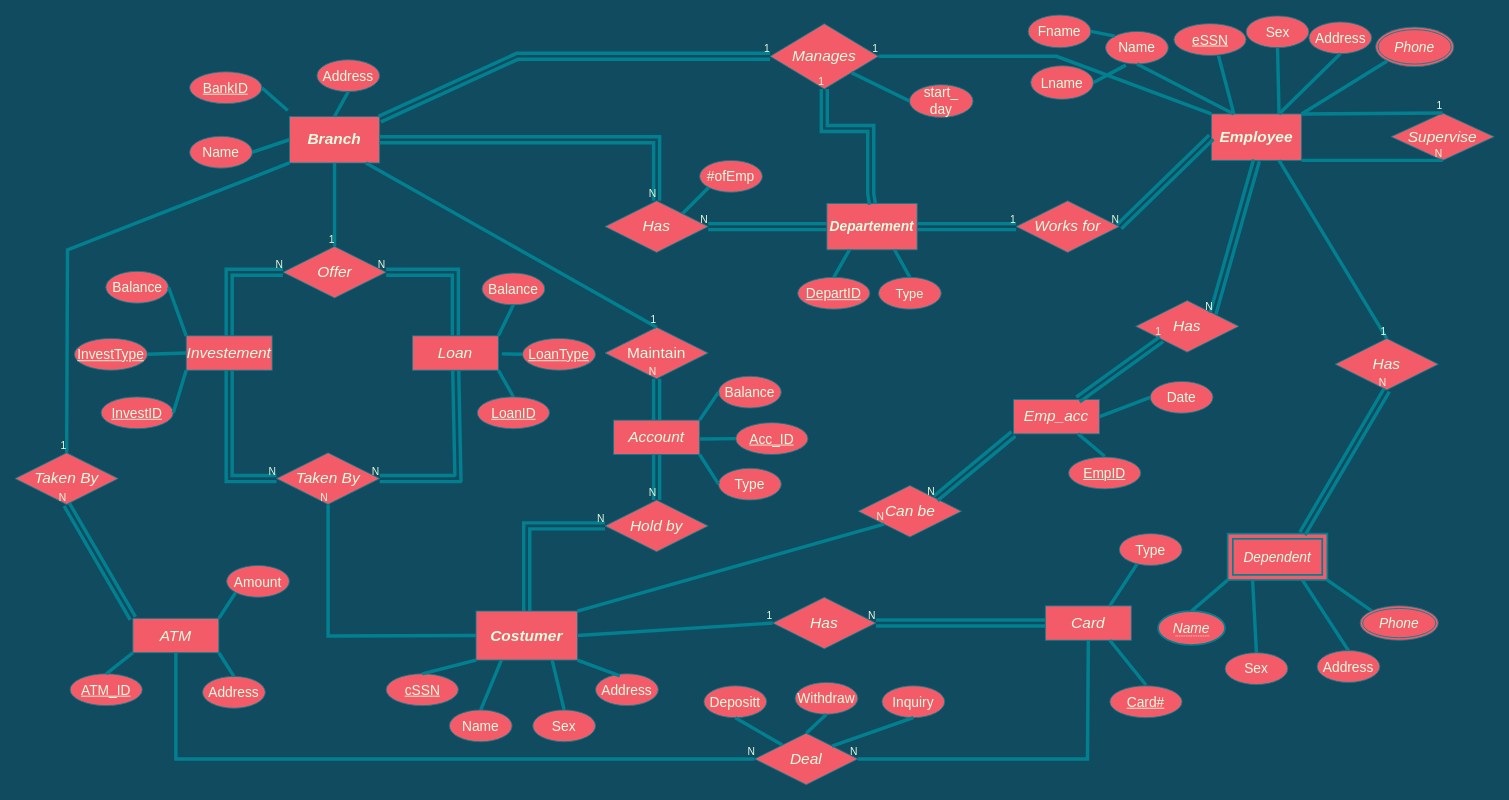
Before: BankManagement_ERD.drawio in omgits0mar/Database_fcis, a draw.io diagram. Source tidied: cells renumbered, new cells numbered last; positions are measured from the earlier drawing's top-left corner, leaving out a move shared by most shapes. Both pictures are drawn from the tidied source at 86%, with x=0, y=0 at pixel (15, 15).
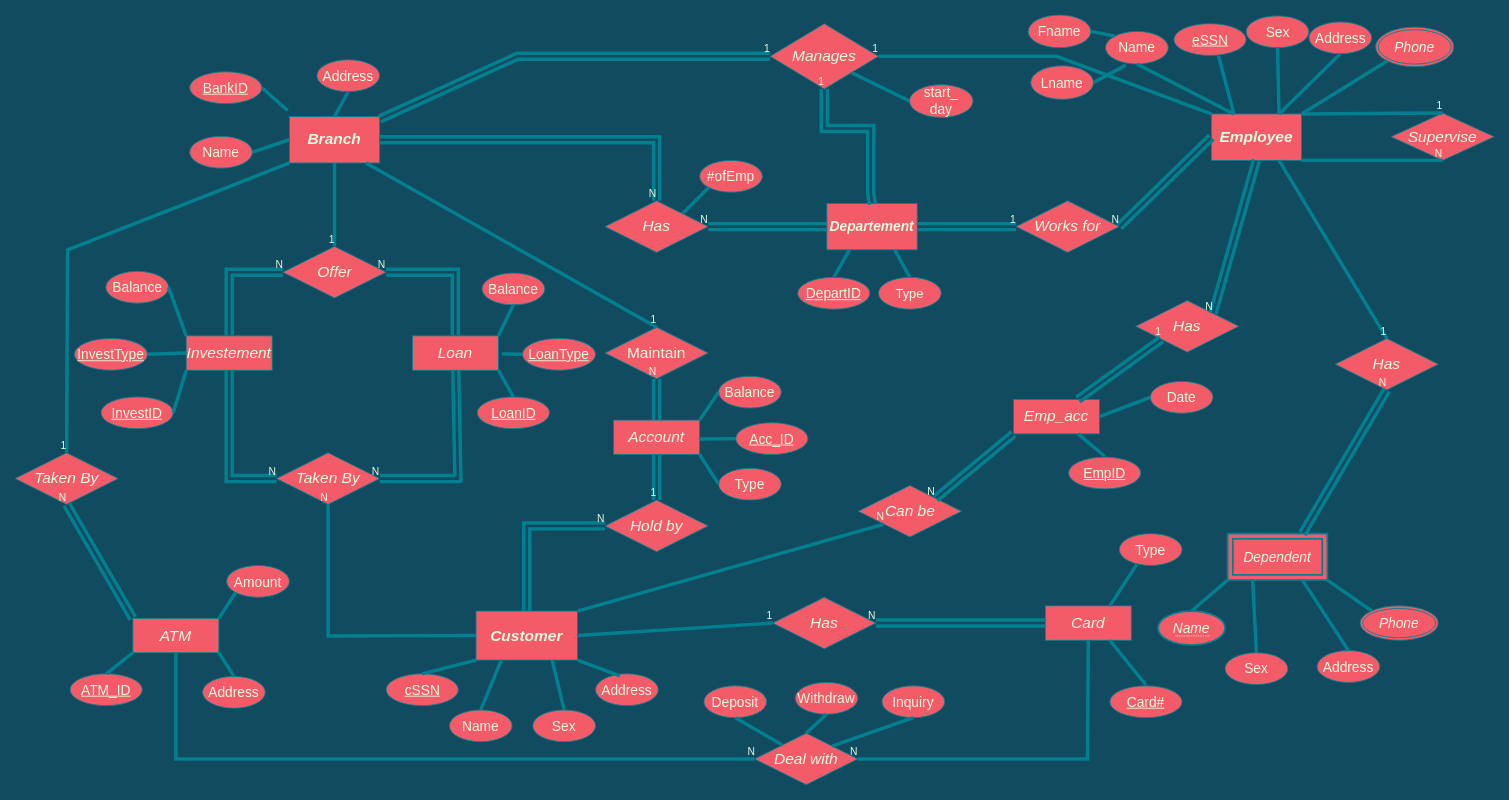
The same diagram, later.

Unchanged cells that the change refers to:
```xml
<mxCell id="24" value="&lt;i&gt;&lt;font style=&quot;font-size: 18px&quot;&gt;Account&lt;/font&gt;&lt;/i&gt;" style="whiteSpace=wrap;html=1;align=center;rounded=0;sketch=0;strokeColor=#028090;fillColor=#F45B69;fontSize=14;fontColor=#E4FDE1;" parent="1" vertex="1">
  <mxGeometry x="696" y="471" width="100" height="40" as="geometry" />
</mxCell>
<mxCell id="38" value="&lt;i&gt;&lt;font style=&quot;font-size: 18px&quot;&gt;Hold by&lt;/font&gt;&lt;br&gt;&lt;/i&gt;" style="shape=rhombus;perimeter=rhombusPerimeter;whiteSpace=wrap;html=1;align=center;rounded=0;sketch=0;strokeColor=#028090;fillColor=#F45B69;fontSize=14;fontColor=#E4FDE1;" parent="1" vertex="1">
  <mxGeometry x="686" y="564" width="120" height="60" as="geometry" />
</mxCell>
```

What changed in the source:
```diff
@@
-    <mxCell id="43" style="shape=link;html=1;rounded=0;shadow=0;strokeColor=#028090;strokeWidth=4;fillColor=#F45B69;fontSize=14;fontColor=#E4FDE1;entryX=0.5;entryY=0;entryDx=0;entryDy=0;labelBackgroundColor=#114B5F;" parent="1" edge="1" source="24" target="38">
-      <mxGeometry relative="1" as="geometry" />
-    </mxCell>
-    <mxCell id="44" value="N" style="html=1;align=right;verticalAlign=bottom;fillColor=#F45B69;strokeColor=#028090;fontColor=#E4FDE1;" parent="43" vertex="1">
-      <mxGeometry x="1" relative="1" as="geometry" />
-    </mxCell>
-    <mxCell id="45" value="&lt;i&gt;&lt;font size=&quot;1&quot;&gt;&lt;b style=&quot;font-size: 18px&quot;&gt;Costumer&lt;/b&gt;&lt;/font&gt;&lt;/i&gt;" style="whiteSpace=wrap;html=1;align=center;rounded=0;sketch=0;strokeColor=#028090;fillColor=#F45B69;fontSize=14;fontColor=#E4FDE1;" parent="1" vertex="1">
+    <mxCell id="45" value="&lt;i&gt;&lt;font size=&quot;1&quot;&gt;&lt;b style=&quot;font-size: 18px&quot;&gt;Customer&lt;/b&gt;&lt;/font&gt;&lt;/i&gt;" style="whiteSpace=wrap;html=1;align=center;rounded=0;sketch=0;strokeColor=#028090;fillColor=#F45B69;fontSize=14;fontColor=#E4FDE1;" parent="1" vertex="1">
       <mxGeometry x="536" y="693" width="118" height="57" as="geometry" />
     </mxCell>
@@
-    <mxCell id="98" value="&lt;i&gt;&lt;font style=&quot;font-size: 18px&quot;&gt;Deal&lt;/font&gt;&lt;/i&gt;" style="shape=rhombus;perimeter=rhombusPerimeter;whiteSpace=wrap;html=1;align=center;rounded=0;sketch=0;strokeColor=#028090;fillColor=#F45B69;fontSize=14;fontColor=#E4FDE1;" parent="1" vertex="1">
+    <mxCell id="98" value="&lt;i&gt;&lt;font style=&quot;font-size: 18px&quot;&gt;Deal with&lt;/font&gt;&lt;/i&gt;" style="shape=rhombus;perimeter=rhombusPerimeter;whiteSpace=wrap;html=1;align=center;rounded=0;sketch=0;strokeColor=#028090;fillColor=#F45B69;fontSize=14;fontColor=#E4FDE1;" parent="1" vertex="1">
       <mxGeometry x="860" y="835" width="120" height="60" as="geometry" />
     </mxCell>
@@
-    <mxCell id="105" value="&lt;font style=&quot;font-size: 16px&quot;&gt;Depositt&lt;/font&gt;" style="ellipse;whiteSpace=wrap;html=1;align=center;rounded=0;sketch=0;strokeColor=#028090;fillColor=#F45B69;fontSize=14;fontColor=#E4FDE1;" parent="1" vertex="1">
+    <mxCell id="105" value="&lt;font style=&quot;font-size: 16px&quot;&gt;Deposit&lt;/font&gt;" style="ellipse;whiteSpace=wrap;html=1;align=center;rounded=0;sketch=0;strokeColor=#028090;fillColor=#F45B69;fontSize=14;fontColor=#E4FDE1;" parent="1" vertex="1">
       <mxGeometry x="801" y="780" width="73" height="37" as="geometry" />
     </mxCell>
@@
+    <mxCell id="171" style="shape=link;html=1;rounded=0;shadow=0;strokeColor=#028090;strokeWidth=4;fillColor=#F45B69;fontSize=14;fontColor=#E4FDE1;entryX=0.5;entryY=0;entryDx=0;entryDy=0;labelBackgroundColor=#114B5F;" parent="1" edge="1" target="38">
+      <mxGeometry relative="1" as="geometry">
+        <mxPoint x="746" y="511" as="sourcePoint" />
+      </mxGeometry>
+    </mxCell>
+    <mxCell id="172" value="1" style="html=1;align=right;verticalAlign=bottom;fillColor=#F45B69;strokeColor=#028090;fontColor=#E4FDE1;" parent="171" vertex="1">
+      <mxGeometry x="1" relative="1" as="geometry" />
+    </mxCell>
```
